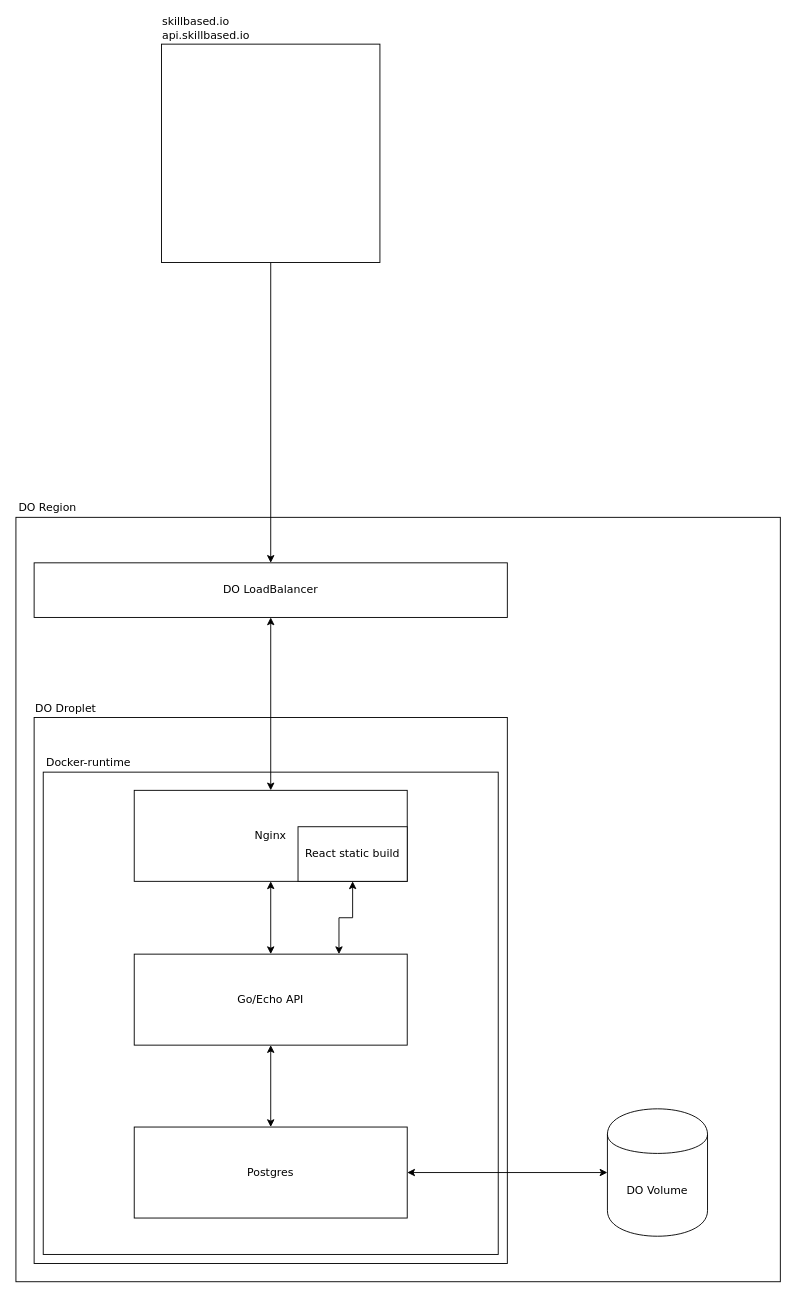
Before: docs/diagrams/skillbased-arch-simple.drawio in adamdevigili/skillbased-archived, a draw.io diagram. Source tidied: cells renumbered, new cells numbered last; positions are measured from the earlier drawing's top-left corner, leaving out a move shared by most shapes. Both pictures are drawn from the tidied source at 91%, with x=0, y=0 at pixel (15, 19).
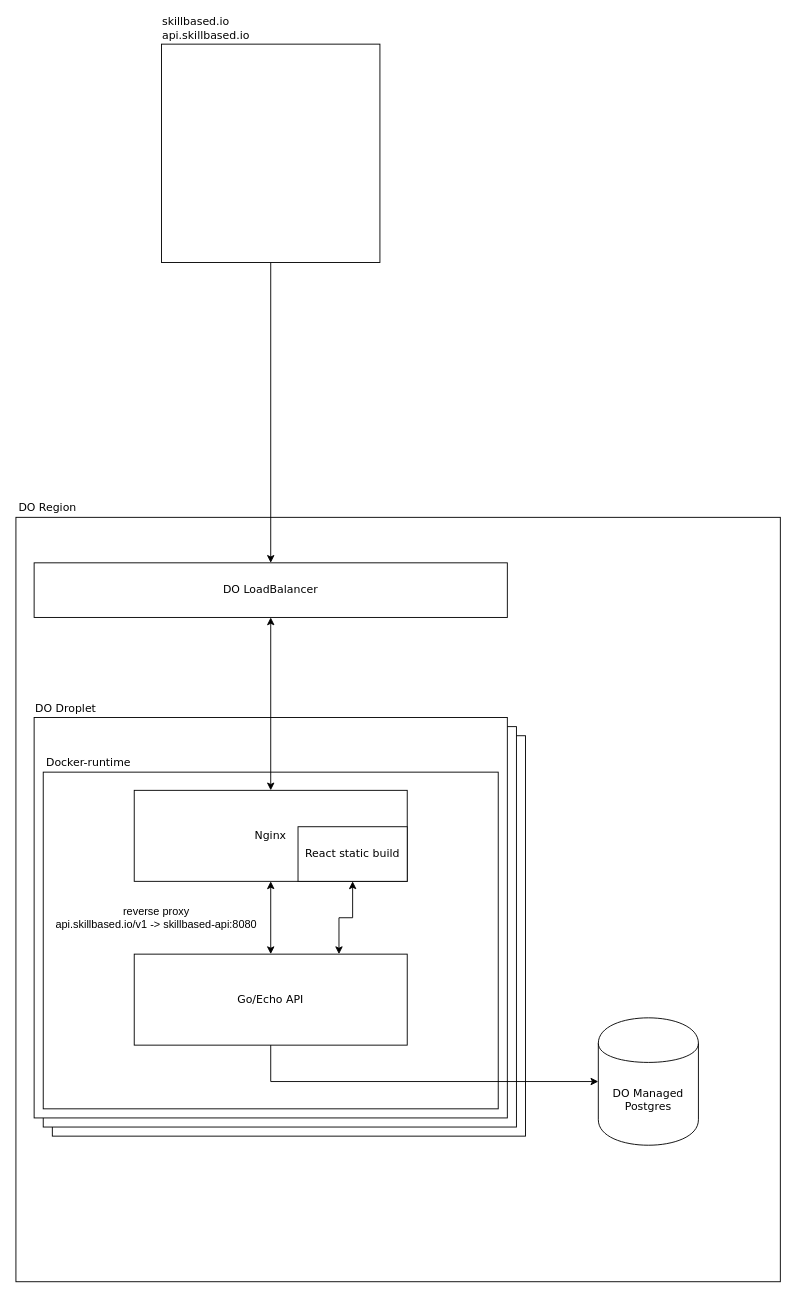
Above is the later version.

Unchanged cells that the change refers to:
```xml
<mxCell id="16" value="Go/Echo API" style="rounded=0;whiteSpace=wrap;html=1;fontFamily=Verdana;" parent="15" vertex="1">
  <mxGeometry x="130" y="1027" width="300" height="100" as="geometry" />
</mxCell>
```

Change to the diagram source:
```diff
@@
+    <mxCell id="26" parent="0" />
+    <mxCell id="27" style="rounded=0;whiteSpace=wrap;html=1;" parent="26" vertex="1">
+      <mxGeometry x="40" y="787" width="520" height="440" as="geometry" />
+    </mxCell>
+    <mxCell id="28" style="rounded=0;whiteSpace=wrap;html=1;" parent="26" vertex="1">
+      <mxGeometry x="30" y="777" width="520" height="440" as="geometry" />
+    </mxCell>
@@
     <mxCell id="6" style="rounded=0;whiteSpace=wrap;html=1;" parent="5" vertex="1">
-      <mxGeometry x="20" y="767" width="520" height="600" as="geometry" />
+      <mxGeometry x="20" y="767" width="520" height="440" as="geometry" />
     </mxCell>
@@
     <mxCell id="9" style="rounded=0;whiteSpace=wrap;html=1;" parent="8" vertex="1">
-      <mxGeometry x="30" y="827" width="500" height="530" as="geometry" />
+      <mxGeometry x="30" y="827" width="500" height="370" as="geometry" />
     </mxCell>
@@
-    <mxCell id="12" style="edgeStyle=orthogonalEdgeStyle;rounded=0;jettySize=auto;html=1;exitX=0.5;exitY=1;exitDx=0;exitDy=0;entryX=0.5;entryY=0;entryDx=0;entryDy=0;startArrow=classic;startFill=1;fontFamily=Verdana;" parent="8" edge="1" source="16" target="18">
-      <mxGeometry relative="1" as="geometry" />
-    </mxCell>
-    <mxCell id="13" value="DO Volume" style="shape=cylinder;whiteSpace=wrap;html=1;boundedLbl=1;backgroundOutline=1;fontFamily=Verdana;" parent="8" vertex="1">
-      <mxGeometry x="650" y="1197" width="110" height="140" as="geometry" />
+    <mxCell id="13" value="DO Managed Postgres" style="shape=cylinder;whiteSpace=wrap;html=1;boundedLbl=1;backgroundOutline=1;fontFamily=Verdana;" parent="8" vertex="1">
+      <mxGeometry x="640" y="1097" width="110" height="140" as="geometry" />
     </mxCell>
-    <mxCell id="14" style="edgeStyle=orthogonalEdgeStyle;rounded=0;jettySize=auto;html=1;exitX=1;exitY=0.5;exitDx=0;exitDy=0;entryX=0;entryY=0.5;entryDx=0;entryDy=0;startArrow=classic;startFill=1;fontFamily=Verdana;" parent="8" edge="1" source="18" target="13">
-      <mxGeometry relative="1" as="geometry" />
-    </mxCell>
@@
-    <mxCell id="18" value="Postgres" style="rounded=0;whiteSpace=wrap;html=1;fontFamily=Verdana;" parent="17" vertex="1">
-      <mxGeometry x="130" y="1217" width="300" height="100" as="geometry" />
-    </mxCell>
@@
+    <mxCell id="29" style="edgeStyle=orthogonalEdgeStyle;rounded=0;jettySize=auto;html=1;exitX=0.5;exitY=1;exitDx=0;exitDy=0;entryX=0;entryY=0.5;entryDx=0;entryDy=0;" parent="17" edge="1" source="16" target="13">
+      <mxGeometry relative="1" as="geometry" />
+    </mxCell>
+    <mxCell id="30" value="reverse proxy&lt;br&gt;api.skillbased.io/v1 -&amp;gt; skillbased-api:8080" style="text;html=1;strokeColor=none;fillColor=none;align=center;verticalAlign=middle;whiteSpace=wrap;rounded=0;" parent="17" vertex="1">
+      <mxGeometry x="39" y="977" width="231" height="20" as="geometry" />
+    </mxCell>
```
